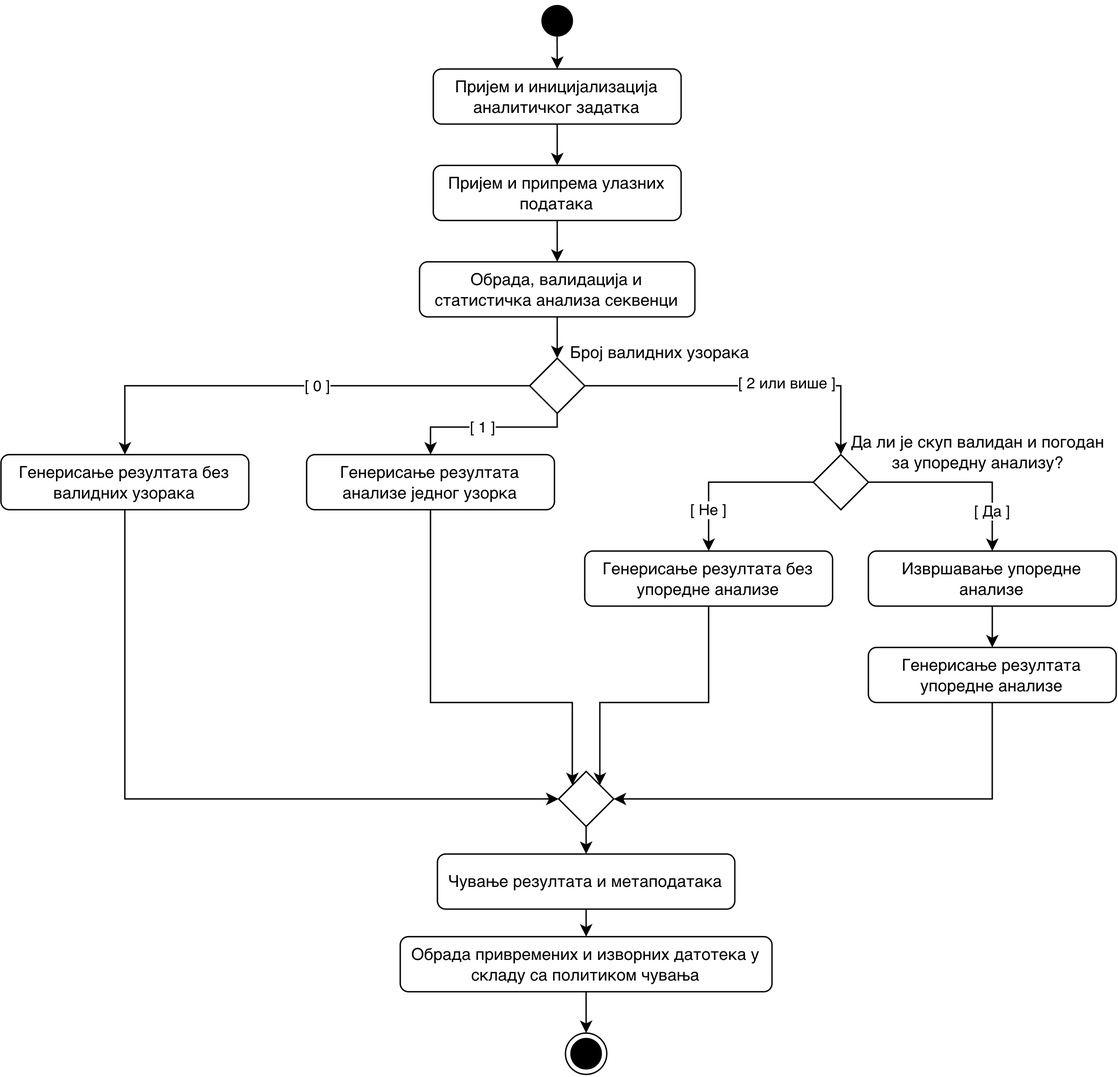
RogovGreg/master-thesis keeps this draw.io diagram as figures/system-design-diagrams/export/activity-diagram.png. Above is the earlier version. Source tidied: cells renumbered, new cells last; positions are measured from the earlier drawing's top-left corner, leaving out a move shared by most shapes.
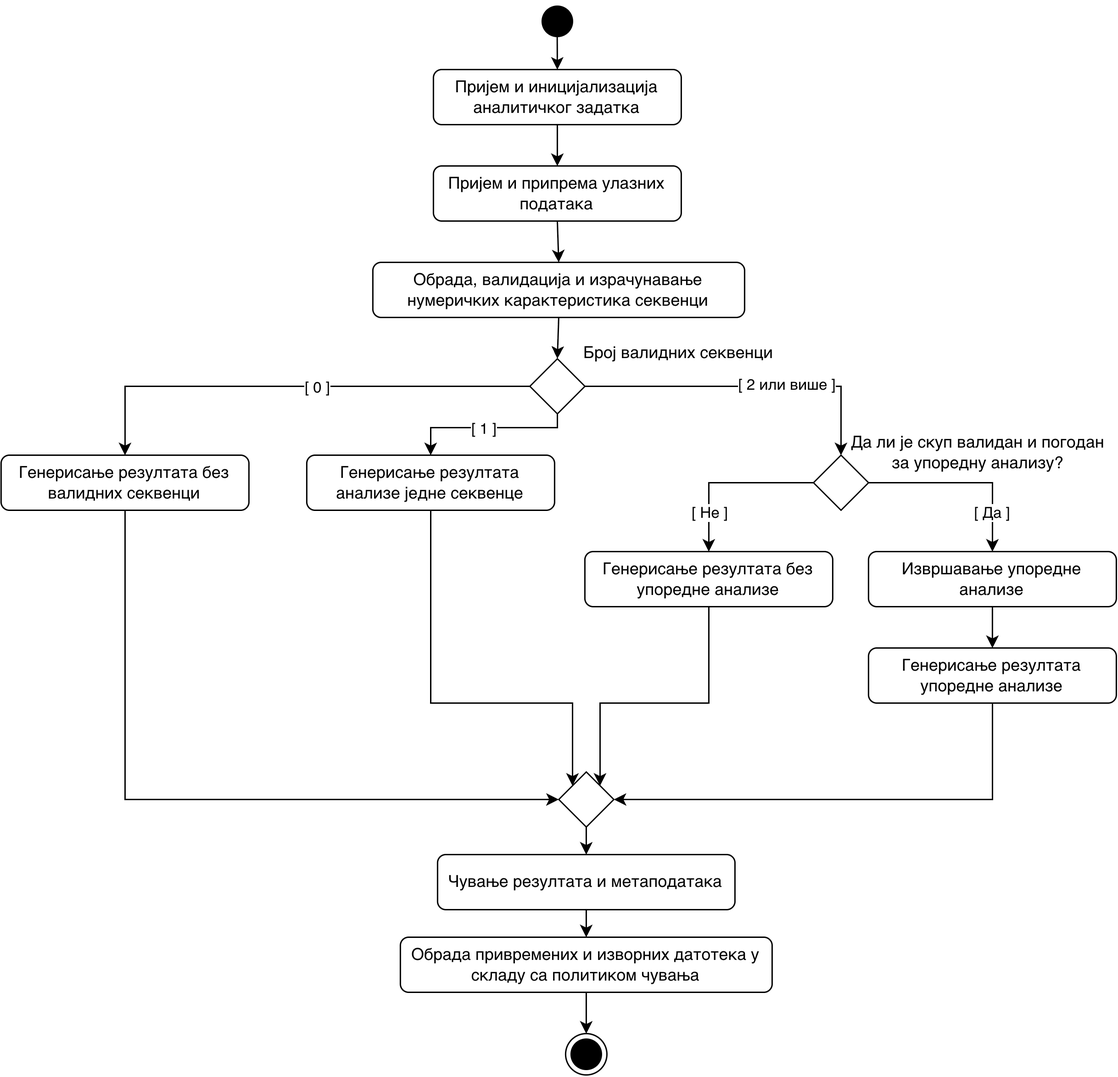
After the change.

Diff of the diagram source:
```diff
@@ -25,8 +25,8 @@
     <mxCell id="8" style="edgeStyle=orthogonalEdgeStyle;rounded=0;jettySize=auto;html=1;exitX=0.5;exitY=1;exitDx=0;exitDy=0;entryX=0.5;entryY=0;entryDx=0;entryDy=0;" parent="1" edge="1" source="9" target="17">
       <mxGeometry relative="1" as="geometry" />
     </mxCell>
-    <mxCell id="9" value="Обрада, валидација и статистичка анализа секвенци" style="rounded=1;whiteSpace=wrap;html=1;" parent="1" vertex="1">
-      <mxGeometry x="304" y="190" width="200" height="40" as="geometry" />
+    <mxCell id="9" value="&lt;code&gt;&lt;font face=&quot;Helvetica&quot;&gt;Обрада, валидација и израчунавање нумеричких карактеристика секвенци&lt;/font&gt;&lt;/code&gt;" style="rounded=1;whiteSpace=wrap;html=1;" parent="1" vertex="1">
+      <mxGeometry x="270" y="190" width="270" height="40" as="geometry" />
     </mxCell>
     <mxCell id="10" style="edgeStyle=orthogonalEdgeStyle;rounded=0;jettySize=auto;html=1;exitX=0;exitY=0.5;exitDx=0;exitDy=0;entryX=0.5;entryY=0;entryDx=0;entryDy=0;" parent="1" edge="1" source="17" target="18">
       <mxGeometry relative="1" as="geometry" />
@@ -63,10 +63,10 @@
     <mxCell id="17" style="rhombus;whiteSpace=wrap;html=1;" parent="1" vertex="1">
       <mxGeometry x="384" y="260" width="40" height="40" as="geometry" />
     </mxCell>
-    <mxCell id="18" value="Генерисање резултата без валидних узорака" style="rounded=1;whiteSpace=wrap;html=1;" parent="1" vertex="1">
+    <mxCell id="18" value="&lt;code&gt;&lt;font face=&quot;Helvetica&quot;&gt;Генерисање резултата без валидних секвенци&lt;/font&gt;&lt;/code&gt;" style="rounded=1;whiteSpace=wrap;html=1;" parent="1" vertex="1">
       <mxGeometry y="330" width="180" height="40" as="geometry" />
     </mxCell>
-    <mxCell id="19" value="Генерисање&amp;nbsp;резултата анализе једног узорка" style="rounded=1;whiteSpace=wrap;html=1;" parent="1" vertex="1">
+    <mxCell id="19" value="&lt;code&gt;&lt;font face=&quot;Helvetica&quot;&gt;Генерисање резултата анализе једне секвенце&lt;/font&gt;&lt;/code&gt;" style="rounded=1;whiteSpace=wrap;html=1;" parent="1" vertex="1">
       <mxGeometry x="222" y="330" width="180" height="40" as="geometry" />
     </mxCell>
     <mxCell id="20" style="edgeStyle=orthogonalEdgeStyle;rounded=0;jettySize=auto;html=1;exitX=0;exitY=0.5;exitDx=0;exitDy=0;entryX=0.5;entryY=0;entryDx=0;entryDy=0;" parent="1" edge="1" source="24" target="28">
@@ -112,8 +112,8 @@
     <mxCell id="32" value="Обрада привремених и изворних датотека у складу са политиком чувања" style="rounded=1;whiteSpace=wrap;html=1;" parent="1" vertex="1">
       <mxGeometry x="290" y="680" width="270" height="40" as="geometry" />
     </mxCell>
-    <mxCell id="33" value="Број валидних узорака" style="text;html=1;whiteSpace=wrap;strokeColor=none;fillColor=none;align=center;verticalAlign=middle;rounded=0;" parent="1" vertex="1">
-      <mxGeometry x="399" y="241" width="160" height="30" as="geometry" />
+    <mxCell id="33" value="&lt;code&gt;&lt;font face=&quot;Helvetica&quot;&gt;Број валидних секвенци&lt;/font&gt;&lt;/code&gt;" style="text;html=1;whiteSpace=wrap;strokeColor=none;fillColor=none;align=center;verticalAlign=middle;rounded=0;" parent="1" vertex="1">
+      <mxGeometry x="412" y="241" width="161" height="30" as="geometry" />
     </mxCell>
     <mxCell id="34" style="ellipse;html=1;shape=endState;fillColor=#000000;strokeColor=#000000;" parent="1" vertex="1">
       <mxGeometry x="410" y="750" width="30" height="30" as="geometry" />
```
